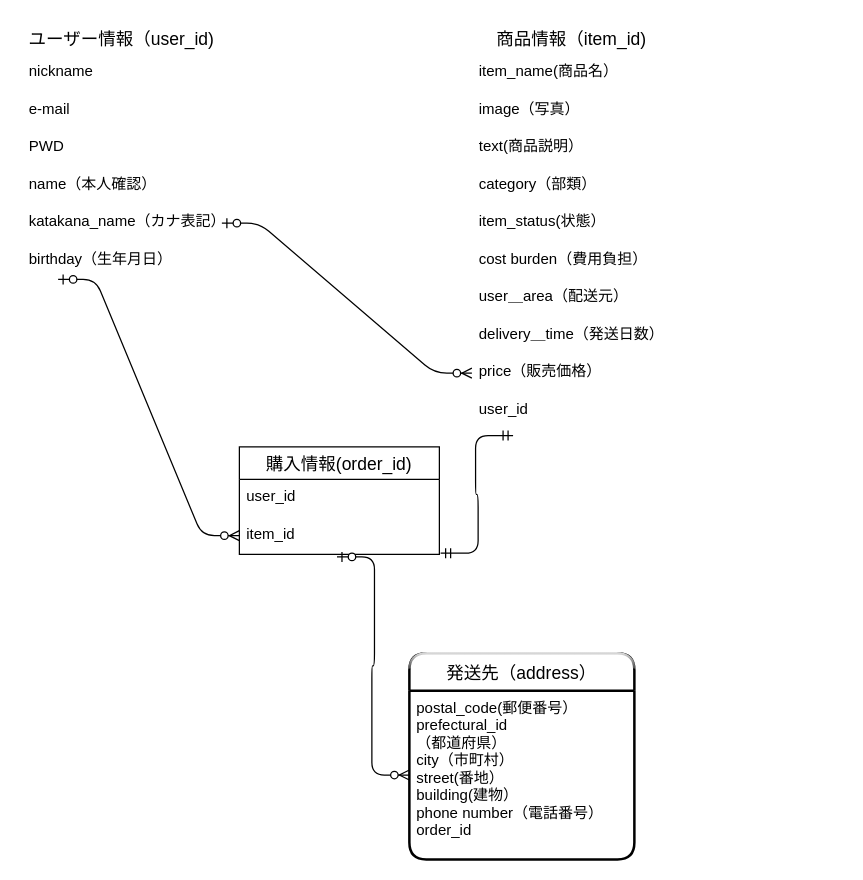
The draw.io diagram .dio in reito010/furima-35000, before the edit. Source tidied: cells renumbered, new cells numbered last; positions are measured from the earlier drawing's top-left corner, leaving out a move shared by most shapes. Both pictures are drawn from the tidied source at 125%, with x=0, y=0 at pixel (21, 21).
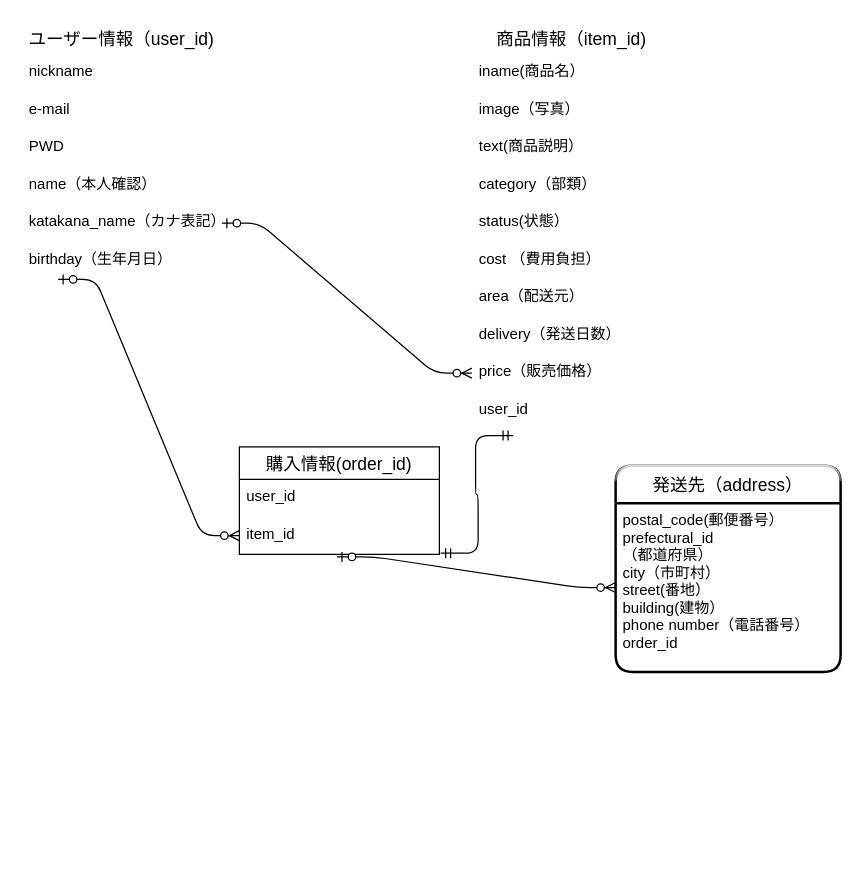
After the change.

Unchanged cells that the change refers to:
```xml
<mxCell id="14" value="商品情報（item_id)" style="swimlane;fontStyle=0;horizontal=1;startSize=26;align=center;fontSize=14;glass=1;strokeColor=#FFFFFF;" parent="1" vertex="1">
  <mxGeometry x="360" width="160" height="330" as="geometry" />
</mxCell>
```

Diff of the diagram source:
```diff
@@
     <mxCell id="5" value="発送先（address）" style="swimlane;horizontal=1;startSize=30;rounded=1;fontSize=14;fontStyle=0;strokeWidth=2;shadow=0;dashed=0;align=center;glass=1;" parent="1" vertex="1">
-      <mxGeometry x="310" y="505" width="180" height="165" as="geometry" />
+      <mxGeometry x="475" y="355" width="180" height="165" as="geometry" />
     </mxCell>
@@
-    <mxCell id="15" value="item_name(商品名）" style="text;strokeColor=none;fillColor=none;spacingLeft=4;spacingRight=4;overflow=hidden;fontSize=12;" parent="14" vertex="1">
+    <mxCell id="15" value="iname(商品名）" style="text;strokeColor=none;fillColor=none;spacingLeft=4;spacingRight=4;overflow=hidden;fontSize=12;" parent="14" vertex="1">
       <mxGeometry y="26" width="160" height="30" as="geometry" />
     </mxCell>
@@
-    <mxCell id="19" value="item_status(状態）" style="text;strokeColor=none;fillColor=none;spacingLeft=4;spacingRight=4;overflow=hidden;fontSize=12;" parent="14" vertex="1">
+    <mxCell id="19" value="status(状態）" style="text;strokeColor=none;fillColor=none;spacingLeft=4;spacingRight=4;overflow=hidden;fontSize=12;" parent="14" vertex="1">
       <mxGeometry y="146" width="160" height="30" as="geometry" />
     </mxCell>
-    <mxCell id="20" value="cost burden（費用負担）" style="text;strokeColor=none;fillColor=none;spacingLeft=4;spacingRight=4;overflow=hidden;fontSize=12;" parent="14" vertex="1">
+    <mxCell id="20" value="cost （費用負担）" style="text;strokeColor=none;fillColor=none;spacingLeft=4;spacingRight=4;overflow=hidden;fontSize=12;" parent="14" vertex="1">
       <mxGeometry y="176" width="160" height="30" as="geometry" />
     </mxCell>
-    <mxCell id="21" value="user＿area（配送元）" style="text;strokeColor=none;fillColor=none;spacingLeft=4;spacingRight=4;overflow=hidden;fontSize=12;" parent="14" vertex="1">
+    <mxCell id="21" value="area（配送元）" style="text;strokeColor=none;fillColor=none;spacingLeft=4;spacingRight=4;overflow=hidden;fontSize=12;" parent="14" vertex="1">
       <mxGeometry y="206" width="160" height="30" as="geometry" />
     </mxCell>
-    <mxCell id="22" value="delivery＿time（発送日数）" style="text;strokeColor=none;fillColor=none;spacingLeft=4;spacingRight=4;overflow=hidden;fontSize=12;" parent="14" vertex="1">
+    <mxCell id="22" value="delivery（発送日数）" style="text;strokeColor=none;fillColor=none;spacingLeft=4;spacingRight=4;overflow=hidden;fontSize=12;" parent="14" vertex="1">
       <mxGeometry y="236" width="160" height="30" as="geometry" />
     </mxCell>
```
